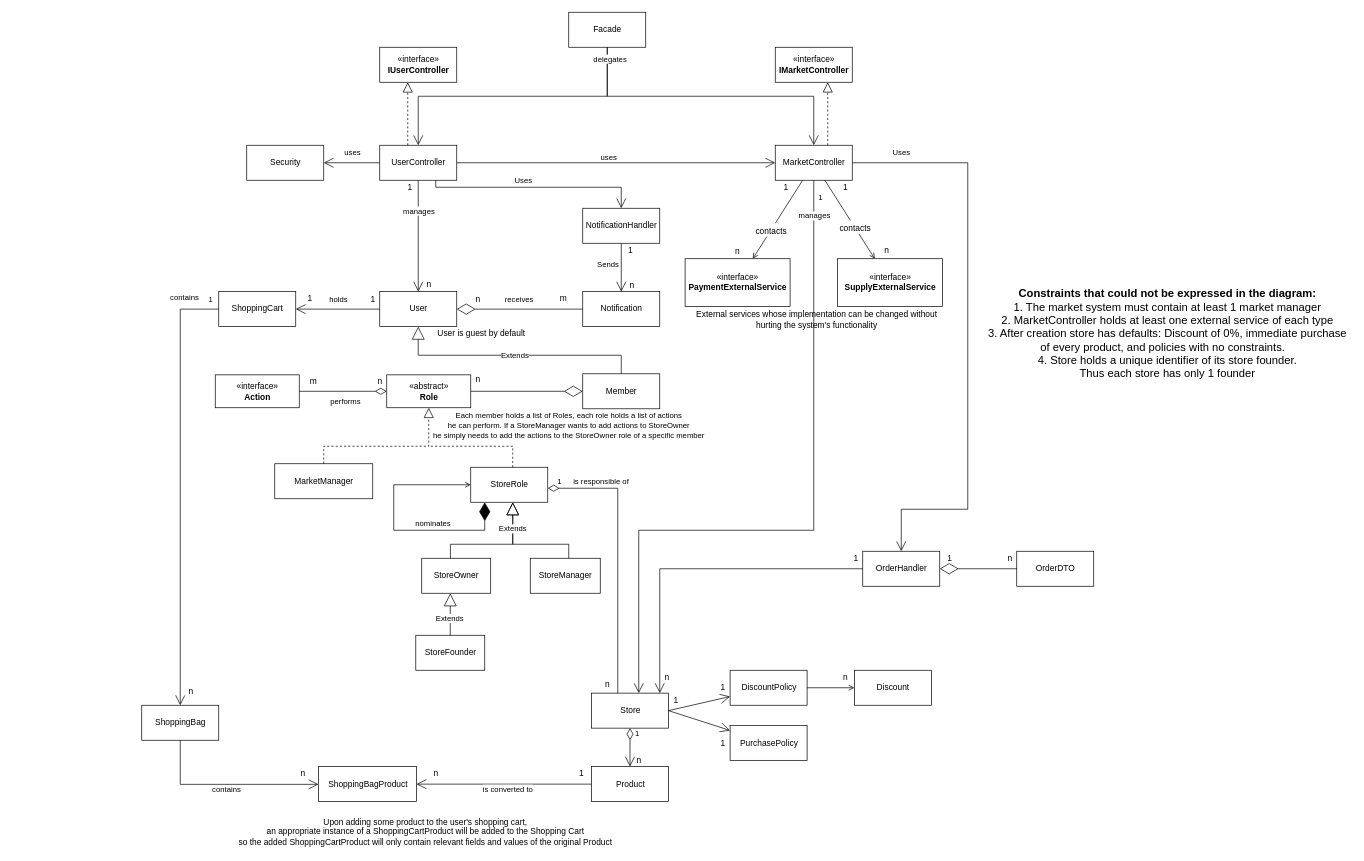
itaitzruia4/Workshop keeps this draw.io diagram as page "White Diagram" (1 of 2) of Workshop.drawio. Above is the earlier version. Source tidied: cells renumbered, new cells numbered last; positions are measured from the earlier drawing's top-left corner, leaving out a move shared by most shapes. Both pictures are drawn from the tidied source at 70%, with x=0, y=0 at pixel (12, 12).
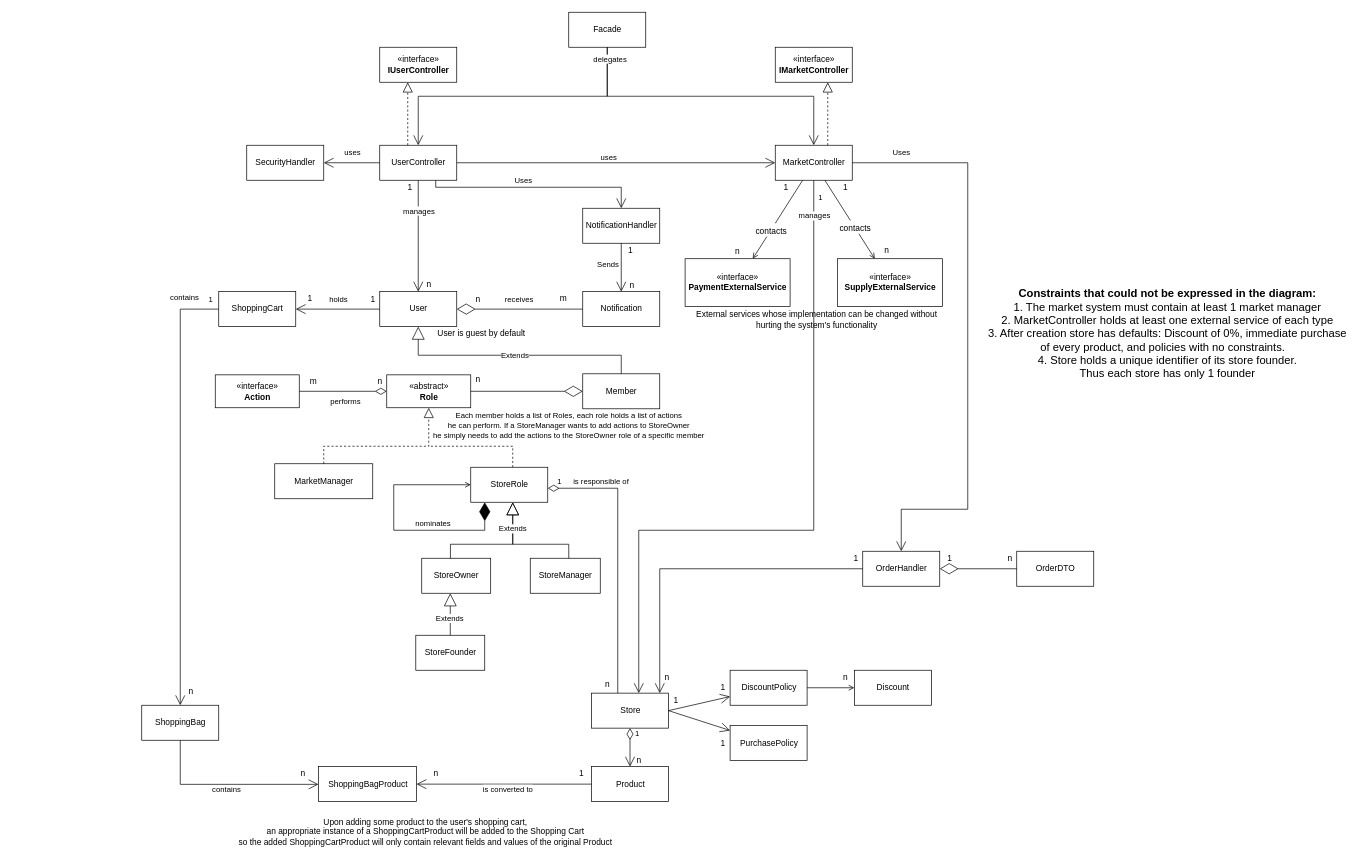
Above is the later version.

Diff of the diagram source:
```diff
@@
-    <mxCell id="116" value="Security" style="html=1;" parent="1" vertex="1">
+    <mxCell id="116" value="SecurityHandler" style="html=1;" parent="1" vertex="1">
       <mxGeometry x="335" y="190" width="110" height="50" as="geometry" />
     </mxCell>
```
